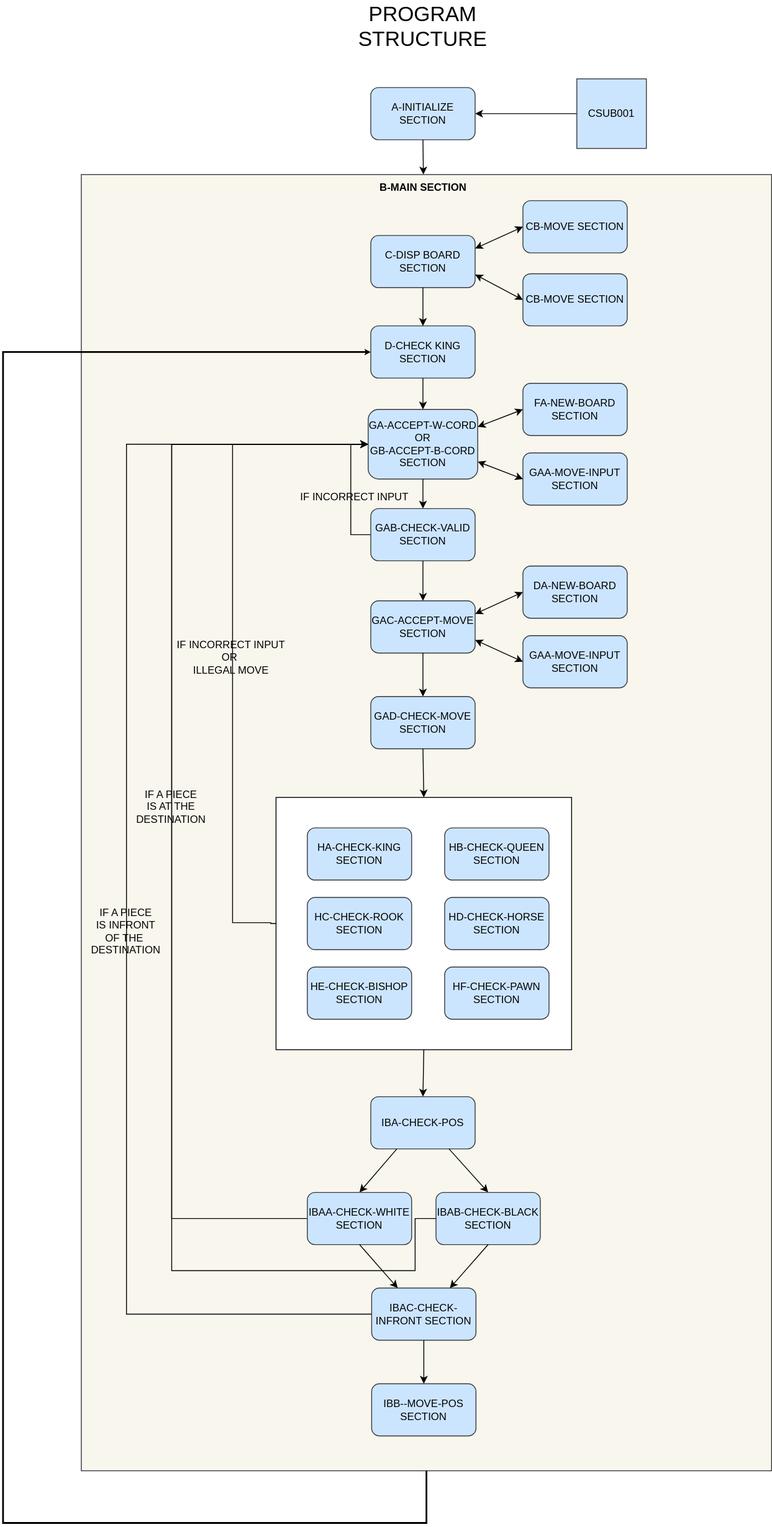
The draw.io diagram COBOL_Chess_Flow_Chart.drawio.svg in AntonBystedt/COBOL-CHESS, before a commit. Source tidied: cells renumbered, new cells last; positions are measured from the earlier drawing's top-left corner, leaving out a move shared by most shapes. Source of this version:
```xml
<mxGraphModel>
  <root>
    <mxCell id="0" />
    <mxCell id="1" parent="0" />
    <mxCell id="2" style="rounded=0;whiteSpace=wrap;html=1;glass=0;fillColor=#f9f7ed;strokeColor=#36393d;" parent="1" vertex="1">
      <mxGeometry x="90" y="200" width="794" height="1490" as="geometry" />
    </mxCell>
    <mxCell id="3" style="edgeStyle=orthogonalEdgeStyle;rounded=0;jettySize=auto;html=1;entryX=0;entryY=0.5;entryDx=0;entryDy=0;fontSize=12;exitX=0;exitY=0.5;exitDx=0;exitDy=0;" parent="1" edge="1" source="5" target="18">
      <mxGeometry relative="1" as="geometry">
        <Array as="points">
          <mxPoint x="308" y="1060" />
          <mxPoint x="264" y="1060" />
          <mxPoint x="264" y="510" />
        </Array>
      </mxGeometry>
    </mxCell>
    <mxCell id="4" value="IF INCORRECT INPUT&lt;br&gt;OR&amp;nbsp;&lt;br&gt;ILLEGAL MOVE" style="edgeLabel;html=1;align=center;verticalAlign=middle;fontSize=12;labelBackgroundColor=none;" parent="3" vertex="1">
      <mxGeometry x="-0.06" y="3" relative="1" as="geometry" />
    </mxCell>
    <mxCell id="5" style="rounded=0;whiteSpace=wrap;html=1;fontSize=12;" parent="1" vertex="1">
      <mxGeometry x="314" y="916" width="340" height="290" as="geometry" />
    </mxCell>
    <mxCell id="6" value="A-INITIALIZE SECTION" style="rounded=1;whiteSpace=wrap;html=1;fillColor=#cce5ff;strokeColor=#36393d;" parent="1" vertex="1">
      <mxGeometry x="423" y="100" width="120" height="60" as="geometry" />
    </mxCell>
    <mxCell id="7" value="&lt;font style=&quot;font-size: 24px;&quot;&gt;PROGRAM STRUCTURE&lt;/font&gt;" style="text;html=1;strokeColor=none;fillColor=none;align=center;verticalAlign=middle;whiteSpace=wrap;rounded=0;" parent="1" vertex="1">
      <mxGeometry x="371" width="224" height="60" as="geometry" />
    </mxCell>
    <mxCell id="8" style="endArrow=classic;startArrow=classic;html=1;rounded=0;entryX=1;entryY=0.5;entryDx=0;entryDy=0;" parent="1" edge="1" target="6">
      <mxGeometry relative="1" as="geometry">
        <mxPoint x="714" y="130" as="sourcePoint" />
        <Array as="points">
          <mxPoint x="714" y="130" />
        </Array>
      </mxGeometry>
    </mxCell>
    <mxCell id="9" value="CSUB001" style="whiteSpace=wrap;html=1;fillColor=#cce5ff;strokeColor=#36393d;" parent="1" vertex="1">
      <mxGeometry x="660" y="90" width="80" height="80" as="geometry" />
    </mxCell>
    <mxCell id="10" style="endArrow=classic;html=1;rounded=0;entryX=0.5;entryY=0;entryDx=0;entryDy=0;exitX=0.5;exitY=1;exitDx=0;exitDy=0;" parent="1" edge="1" source="6" target="12">
      <mxGeometry relative="1" as="geometry" />
    </mxCell>
    <mxCell id="11" value="C-DISP BOARD SECTION" style="rounded=1;whiteSpace=wrap;html=1;fillColor=#cce5ff;strokeColor=#36393d;" parent="1" vertex="1">
      <mxGeometry x="423" y="270" width="120" height="60" as="geometry" />
    </mxCell>
    <mxCell id="12" value="&lt;b&gt;B-MAIN SECTION&lt;/b&gt;" style="text;html=1;strokeColor=none;fillColor=none;align=center;verticalAlign=middle;whiteSpace=wrap;rounded=0;" parent="1" vertex="1">
      <mxGeometry x="107" y="200" width="753" height="30" as="geometry" />
    </mxCell>
    <mxCell id="13" style="endArrow=classic;startArrow=classic;html=1;rounded=0;entryX=1;entryY=0.75;entryDx=0;entryDy=0;exitX=0;exitY=0.5;exitDx=0;exitDy=0;" parent="1" edge="1" source="14" target="11">
      <mxGeometry relative="1" as="geometry" />
    </mxCell>
    <mxCell id="14" value="CB-MOVE SECTION" style="rounded=1;whiteSpace=wrap;html=1;glass=0;fillColor=#cce5ff;strokeColor=#36393d;" parent="1" vertex="1">
      <mxGeometry x="598" y="314" width="120" height="60" as="geometry" />
    </mxCell>
    <mxCell id="15" value="CB-MOVE SECTION" style="rounded=1;whiteSpace=wrap;html=1;glass=0;fillColor=#cce5ff;strokeColor=#36393d;" parent="1" vertex="1">
      <mxGeometry x="598" y="230" width="120" height="60" as="geometry" />
    </mxCell>
    <mxCell id="16" style="endArrow=classic;startArrow=classic;html=1;rounded=0;entryX=0;entryY=0.5;entryDx=0;entryDy=0;exitX=1;exitY=0.25;exitDx=0;exitDy=0;" parent="1" edge="1" source="11" target="15">
      <mxGeometry relative="1" as="geometry" />
    </mxCell>
    <mxCell id="17" value="D-CHECK KING SECTION" style="rounded=1;whiteSpace=wrap;html=1;glass=0;fillColor=#cce5ff;strokeColor=#36393d;" parent="1" vertex="1">
      <mxGeometry x="423" y="374" width="120" height="60" as="geometry" />
    </mxCell>
    <mxCell id="18" value="GA-ACCEPT-W-CORD OR&lt;br&gt;GB-ACCEPT-B-CORD&lt;br&gt;SECTION" style="rounded=1;whiteSpace=wrap;html=1;glass=0;fillColor=#cce5ff;strokeColor=#36393d;" parent="1" vertex="1">
      <mxGeometry x="420" y="470" width="126" height="80" as="geometry" />
    </mxCell>
    <mxCell id="19" value="FA-NEW-BOARD SECTION" style="rounded=1;whiteSpace=wrap;html=1;glass=0;fillColor=#cce5ff;strokeColor=#36393d;" parent="1" vertex="1">
      <mxGeometry x="598" y="440" width="120" height="60" as="geometry" />
    </mxCell>
    <mxCell id="20" style="endArrow=classic;startArrow=classic;html=1;rounded=0;entryX=0;entryY=0.5;entryDx=0;entryDy=0;exitX=1;exitY=0.25;exitDx=0;exitDy=0;" parent="1" edge="1" source="18" target="19">
      <mxGeometry relative="1" as="geometry" />
    </mxCell>
    <mxCell id="21" value="GAA-MOVE-INPUT SECTION" style="rounded=1;whiteSpace=wrap;html=1;glass=0;fillColor=#cce5ff;strokeColor=#36393d;" parent="1" vertex="1">
      <mxGeometry x="598" y="520" width="120" height="60" as="geometry" />
    </mxCell>
    <mxCell id="22" style="endArrow=classic;startArrow=classic;html=1;rounded=0;entryX=0;entryY=0.5;entryDx=0;entryDy=0;exitX=1;exitY=0.75;exitDx=0;exitDy=0;" parent="1" edge="1" source="18" target="21">
      <mxGeometry relative="1" as="geometry" />
    </mxCell>
    <mxCell id="23" style="endArrow=classic;html=1;rounded=0;fontSize=24;entryX=0.5;entryY=0;entryDx=0;entryDy=0;exitX=0.5;exitY=1;exitDx=0;exitDy=0;" parent="1" edge="1" source="11" target="17">
      <mxGeometry relative="1" as="geometry" />
    </mxCell>
    <mxCell id="24" style="endArrow=classic;html=1;rounded=0;fontSize=24;entryX=0.5;entryY=0;entryDx=0;entryDy=0;exitX=0.5;exitY=1;exitDx=0;exitDy=0;" parent="1" edge="1" source="17" target="18">
      <mxGeometry relative="1" as="geometry" />
    </mxCell>
    <mxCell id="25" style="endArrow=classic;html=1;rounded=0;fontSize=24;entryX=0.5;entryY=0;entryDx=0;entryDy=0;exitX=0.5;exitY=1;exitDx=0;exitDy=0;" parent="1" edge="1" source="18" target="28">
      <mxGeometry relative="1" as="geometry" />
    </mxCell>
    <mxCell id="26" style="edgeStyle=orthogonalEdgeStyle;rounded=0;jettySize=auto;html=1;entryX=0;entryY=0.5;entryDx=0;entryDy=0;fontSize=12;exitX=0;exitY=0.5;exitDx=0;exitDy=0;" parent="1" edge="1" source="28" target="18">
      <mxGeometry relative="1" as="geometry" />
    </mxCell>
    <mxCell id="27" value="IF INCORRECT INPUT" style="edgeLabel;html=1;align=center;verticalAlign=middle;fontSize=12;labelBackgroundColor=none;" parent="26" vertex="1">
      <mxGeometry x="0.21" y="-3" relative="1" as="geometry">
        <mxPoint y="22" as="offset" />
      </mxGeometry>
    </mxCell>
    <mxCell id="28" value="GAB-CHECK-VALID SECTION" style="rounded=1;whiteSpace=wrap;html=1;glass=0;fillColor=#cce5ff;strokeColor=#36393d;" parent="1" vertex="1">
      <mxGeometry x="423" y="584" width="120" height="60" as="geometry" />
    </mxCell>
    <mxCell id="29" style="endArrow=classic;html=1;rounded=0;fontSize=12;exitX=0.5;exitY=1;exitDx=0;exitDy=0;" parent="1" edge="1" source="28" target="30">
      <mxGeometry relative="1" as="geometry" />
    </mxCell>
    <mxCell id="30" value="GAC-ACCEPT-MOVE SECTION" style="rounded=1;whiteSpace=wrap;html=1;fontSize=12;fillColor=#cce5ff;strokeColor=#36393d;" parent="1" vertex="1">
      <mxGeometry x="423" y="690" width="120" height="60" as="geometry" />
    </mxCell>
    <mxCell id="31" value="DA-NEW-BOARD SECTION" style="rounded=1;whiteSpace=wrap;html=1;glass=0;fillColor=#cce5ff;strokeColor=#36393d;" parent="1" vertex="1">
      <mxGeometry x="598" y="650" width="120" height="60" as="geometry" />
    </mxCell>
    <mxCell id="32" style="endArrow=classic;startArrow=classic;html=1;rounded=0;entryX=0;entryY=0.5;entryDx=0;entryDy=0;exitX=1;exitY=0.25;exitDx=0;exitDy=0;" parent="1" edge="1" source="30" target="31">
      <mxGeometry relative="1" as="geometry" />
    </mxCell>
    <mxCell id="33" value="GAA-MOVE-INPUT SECTION" style="rounded=1;whiteSpace=wrap;html=1;glass=0;fillColor=#cce5ff;strokeColor=#36393d;" parent="1" vertex="1">
      <mxGeometry x="598" y="730" width="120" height="60" as="geometry" />
    </mxCell>
    <mxCell id="34" style="endArrow=classic;startArrow=classic;html=1;rounded=0;entryX=0;entryY=0.5;entryDx=0;entryDy=0;exitX=1;exitY=0.75;exitDx=0;exitDy=0;" parent="1" edge="1" source="30" target="33">
      <mxGeometry relative="1" as="geometry" />
    </mxCell>
    <mxCell id="35" style="endArrow=classic;html=1;rounded=0;fontSize=12;exitX=0.5;exitY=1;exitDx=0;exitDy=0;" parent="1" edge="1" source="30" target="36">
      <mxGeometry relative="1" as="geometry" />
    </mxCell>
    <mxCell id="36" value="GAD-CHECK-MOVE SECTION" style="rounded=1;whiteSpace=wrap;html=1;fontSize=12;fillColor=#cce5ff;strokeColor=#36393d;" parent="1" vertex="1">
      <mxGeometry x="423" y="800" width="120" height="60" as="geometry" />
    </mxCell>
    <mxCell id="37" value="HC-CHECK-ROOK SECTION" style="rounded=1;whiteSpace=wrap;html=1;fontSize=12;fillColor=#cce5ff;strokeColor=#36393d;" parent="1" vertex="1">
      <mxGeometry x="350" y="1031" width="120" height="60" as="geometry" />
    </mxCell>
    <mxCell id="38" value="HD-CHECK-HORSE SECTION" style="rounded=1;whiteSpace=wrap;html=1;fontSize=12;fillColor=#cce5ff;strokeColor=#36393d;" parent="1" vertex="1">
      <mxGeometry x="508" y="1031" width="120" height="60" as="geometry" />
    </mxCell>
    <mxCell id="39" value="HF-CHECK-PAWN SECTION" style="rounded=1;whiteSpace=wrap;html=1;fontSize=12;fillColor=#cce5ff;strokeColor=#36393d;" parent="1" vertex="1">
      <mxGeometry x="508" y="1111" width="120" height="60" as="geometry" />
    </mxCell>
    <mxCell id="40" value="HA-CHECK-KING SECTION" style="rounded=1;whiteSpace=wrap;html=1;fontSize=12;fillColor=#cce5ff;strokeColor=#36393d;" parent="1" vertex="1">
      <mxGeometry x="350" y="951" width="120" height="60" as="geometry" />
    </mxCell>
    <mxCell id="41" value="HB-CHECK-QUEEN SECTION" style="rounded=1;whiteSpace=wrap;html=1;fontSize=12;fillColor=#cce5ff;strokeColor=#36393d;" parent="1" vertex="1">
      <mxGeometry x="508" y="951" width="120" height="60" as="geometry" />
    </mxCell>
    <mxCell id="42" value="HE-CHECK-BISHOP SECTION" style="rounded=1;whiteSpace=wrap;html=1;fontSize=12;fillColor=#cce5ff;strokeColor=#36393d;" parent="1" vertex="1">
      <mxGeometry x="350" y="1111" width="120" height="60" as="geometry" />
    </mxCell>
    <mxCell id="43" style="endArrow=classic;html=1;rounded=0;fontSize=12;entryX=0.5;entryY=0;entryDx=0;entryDy=0;exitX=0.5;exitY=1;exitDx=0;exitDy=0;" parent="1" edge="1" source="36" target="5">
      <mxGeometry relative="1" as="geometry" />
    </mxCell>
    <mxCell id="44" style="endArrow=classic;html=1;rounded=0;fontSize=12;exitX=0.5;exitY=1;exitDx=0;exitDy=0;entryX=0.5;entryY=0;entryDx=0;entryDy=0;" parent="1" edge="1" source="5" target="45">
      <mxGeometry relative="1" as="geometry" />
    </mxCell>
    <mxCell id="45" value="IBA-CHECK-POS" style="rounded=1;whiteSpace=wrap;html=1;fontSize=12;fillColor=#cce5ff;strokeColor=#36393d;" parent="1" vertex="1">
      <mxGeometry x="423" y="1260" width="120" height="60" as="geometry" />
    </mxCell>
    <mxCell id="46" style="endArrow=classic;html=1;rounded=0;fontSize=12;exitX=0.75;exitY=1;exitDx=0;exitDy=0;entryX=0.5;entryY=0;entryDx=0;entryDy=0;" parent="1" edge="1" source="45" target="48">
      <mxGeometry relative="1" as="geometry" />
    </mxCell>
    <mxCell id="47" style="endArrow=classic;html=1;rounded=0;fontSize=12;exitX=0.25;exitY=1;exitDx=0;exitDy=0;entryX=0.5;entryY=0;entryDx=0;entryDy=0;" parent="1" edge="1" source="45" target="50">
      <mxGeometry relative="1" as="geometry" />
    </mxCell>
    <mxCell id="48" value="IBAB-CHECK-BLACK SECTION" style="rounded=1;whiteSpace=wrap;html=1;fontSize=12;fillColor=#cce5ff;strokeColor=#36393d;" parent="1" vertex="1">
      <mxGeometry x="498" y="1370" width="120" height="60" as="geometry" />
    </mxCell>
    <mxCell id="49" style="edgeStyle=orthogonalEdgeStyle;rounded=0;jettySize=auto;html=1;entryX=0;entryY=0.5;entryDx=0;entryDy=0;fontSize=12;" parent="1" edge="1" source="50" target="18">
      <mxGeometry relative="1" as="geometry">
        <Array as="points">
          <mxPoint x="194" y="1400" />
          <mxPoint x="194" y="510" />
        </Array>
      </mxGeometry>
    </mxCell>
    <mxCell id="50" value="IBAA-CHECK-WHITE SECTION" style="rounded=1;whiteSpace=wrap;html=1;fontSize=12;fillColor=#cce5ff;strokeColor=#36393d;" parent="1" vertex="1">
      <mxGeometry x="350" y="1370" width="120" height="60" as="geometry" />
    </mxCell>
    <mxCell id="51" style="endArrow=classic;html=1;rounded=0;fontSize=12;exitX=0;exitY=0.5;exitDx=0;exitDy=0;entryX=0;entryY=0.5;entryDx=0;entryDy=0;" parent="1" edge="1" source="48" target="18">
      <mxGeometry relative="1" as="geometry">
        <Array as="points">
          <mxPoint x="474" y="1400" />
          <mxPoint x="474" y="1460" />
          <mxPoint x="332" y="1460" />
          <mxPoint x="194" y="1460" />
          <mxPoint x="194" y="510" />
        </Array>
      </mxGeometry>
    </mxCell>
    <mxCell id="52" value="IF A PIECE&lt;br&gt;IS AT THE&lt;br&gt;DESTINATION" style="edgeLabel;html=1;align=center;verticalAlign=middle;fontSize=12;labelBackgroundColor=none;" parent="51" vertex="1">
      <mxGeometry x="0.17" y="2" relative="1" as="geometry" />
    </mxCell>
    <mxCell id="53" style="endArrow=classic;html=1;rounded=0;fontSize=12;exitX=0.5;exitY=1;exitDx=0;exitDy=0;entryX=0.25;entryY=0;entryDx=0;entryDy=0;" parent="1" edge="1" source="50" target="56">
      <mxGeometry relative="1" as="geometry" />
    </mxCell>
    <mxCell id="54" style="edgeStyle=orthogonalEdgeStyle;rounded=0;jettySize=auto;html=1;entryX=0;entryY=0.5;entryDx=0;entryDy=0;fontSize=12;" parent="1" edge="1" source="56" target="18">
      <mxGeometry relative="1" as="geometry">
        <Array as="points">
          <mxPoint x="142" y="1510" />
          <mxPoint x="142" y="510" />
        </Array>
      </mxGeometry>
    </mxCell>
    <mxCell id="55" value="IF A PIECE&lt;br&gt;IS INFRONT&lt;br&gt;OF THE&amp;nbsp;&lt;br&gt;DESTINATION&lt;br&gt;" style="edgeLabel;html=1;align=center;verticalAlign=middle;fontSize=12;labelBackgroundColor=none;" parent="54" vertex="1">
      <mxGeometry x="-0.07" y="2" relative="1" as="geometry" />
    </mxCell>
    <mxCell id="56" value="IBAC-CHECK-INFRONT SECTION" style="rounded=1;whiteSpace=wrap;html=1;fontSize=12;fillColor=#cce5ff;strokeColor=#36393d;" parent="1" vertex="1">
      <mxGeometry x="424" y="1480" width="120" height="60" as="geometry" />
    </mxCell>
    <mxCell id="57" style="endArrow=classic;html=1;rounded=0;fontSize=12;entryX=0.75;entryY=0;entryDx=0;entryDy=0;exitX=0.5;exitY=1;exitDx=0;exitDy=0;" parent="1" edge="1" source="48" target="56">
      <mxGeometry relative="1" as="geometry" />
    </mxCell>
    <mxCell id="58" style="endArrow=classic;html=1;rounded=0;fontSize=12;exitX=0.5;exitY=1;exitDx=0;exitDy=0;entryX=0.5;entryY=0;entryDx=0;entryDy=0;" parent="1" edge="1" source="56" target="59">
      <mxGeometry relative="1" as="geometry" />
    </mxCell>
    <mxCell id="59" value="IBB--MOVE-POS&lt;br&gt;SECTION" style="rounded=1;whiteSpace=wrap;html=1;fontSize=12;fillColor=#cce5ff;strokeColor=#36393d;" parent="1" vertex="1">
      <mxGeometry x="424" y="1590" width="120" height="60" as="geometry" />
    </mxCell>
    <mxCell id="60" style="endArrow=classic;html=1;rounded=0;strokeWidth=2;fontSize=12;endSize=1;exitX=0.5;exitY=1;exitDx=0;exitDy=0;entryX=0;entryY=0.5;entryDx=0;entryDy=0;" parent="1" edge="1" source="2" target="17">
      <mxGeometry relative="1" as="geometry">
        <Array as="points">
          <mxPoint x="487" y="1750" />
          <mxPoint y="1750" />
          <mxPoint y="1310" />
          <mxPoint y="950" />
          <mxPoint y="404" />
          <mxPoint x="230" y="404" />
        </Array>
      </mxGeometry>
    </mxCell>
  </root>
</mxGraphModel>
```
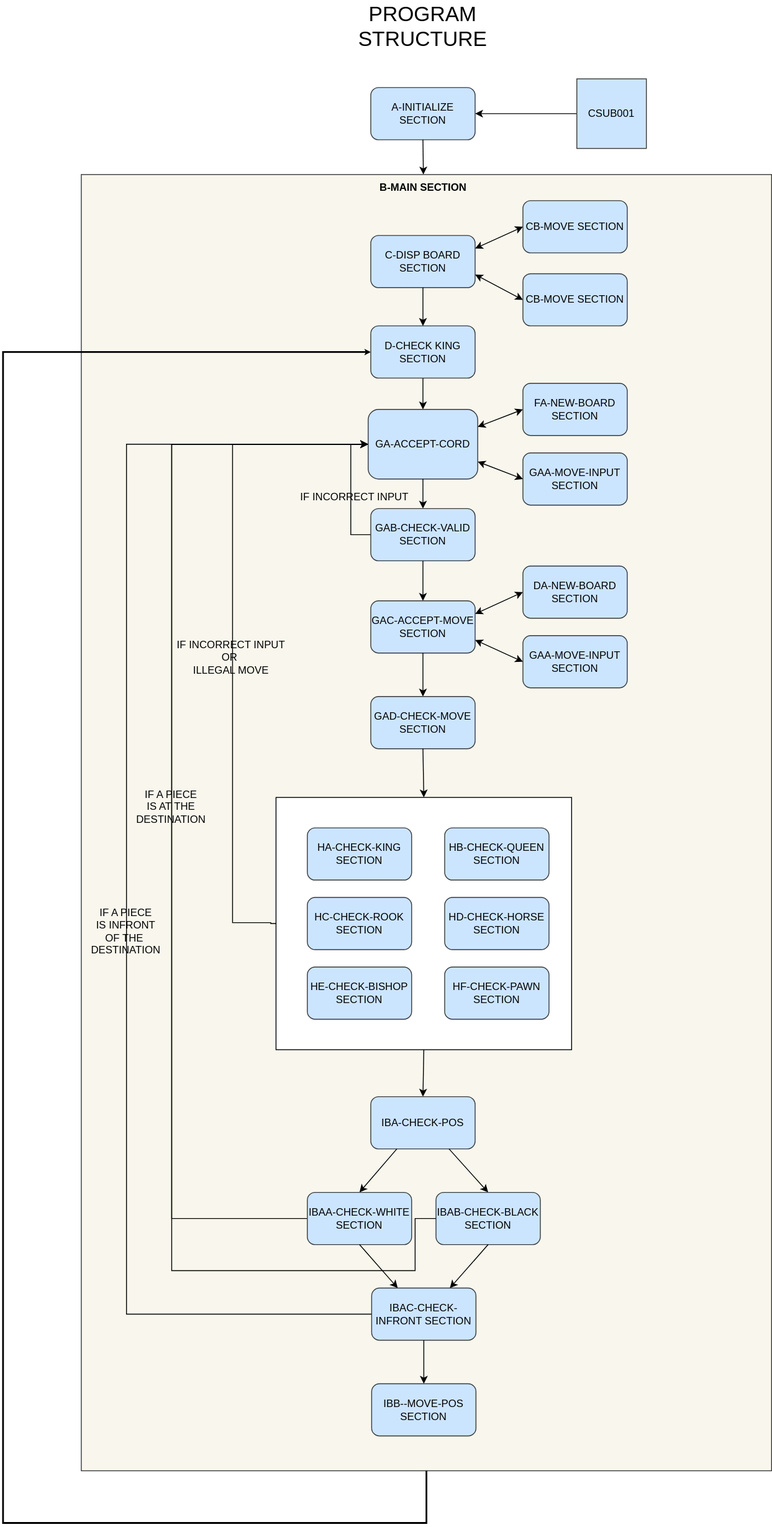
After the commit.

What changed in the source:
```diff
@@ -61,7 +61,7 @@
     <mxCell id="17" value="D-CHECK KING SECTION" style="rounded=1;whiteSpace=wrap;html=1;glass=0;fillColor=#cce5ff;strokeColor=#36393d;" parent="1" vertex="1">
       <mxGeometry x="423" y="374" width="120" height="60" as="geometry" />
     </mxCell>
-    <mxCell id="18" value="GA-ACCEPT-W-CORD OR&lt;br&gt;GB-ACCEPT-B-CORD&lt;br&gt;SECTION" style="rounded=1;whiteSpace=wrap;html=1;glass=0;fillColor=#cce5ff;strokeColor=#36393d;" parent="1" vertex="1">
+    <mxCell id="18" value="GA-ACCEPT-CORD" style="rounded=1;whiteSpace=wrap;html=1;glass=0;fillColor=#cce5ff;strokeColor=#36393d;" parent="1" vertex="1">
       <mxGeometry x="420" y="470" width="126" height="80" as="geometry" />
     </mxCell>
     <mxCell id="19" value="FA-NEW-BOARD SECTION" style="rounded=1;whiteSpace=wrap;html=1;glass=0;fillColor=#cce5ff;strokeColor=#36393d;" parent="1" vertex="1">
```
